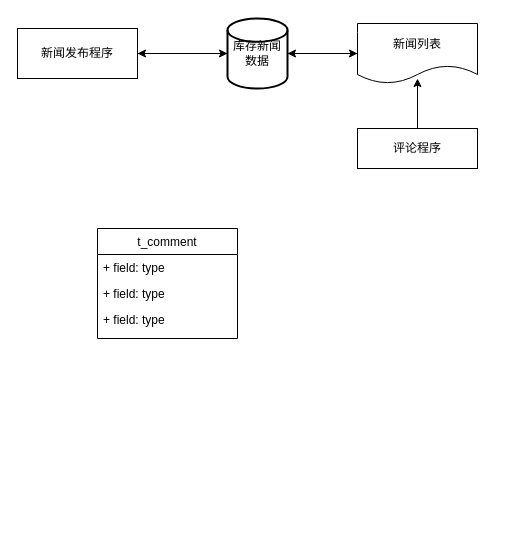
Earlier version of the draw.io diagram Untitled Diagram.drawio (Steven954/Steven954.github.io). Source tidied: cells renumbered, new cells numbered last; positions are measured from the earlier drawing's top-left corner, leaving out a move shared by most shapes. Both pictures are drawn from the tidied source at 100%, with x=0, y=0 at pixel (17, 18).
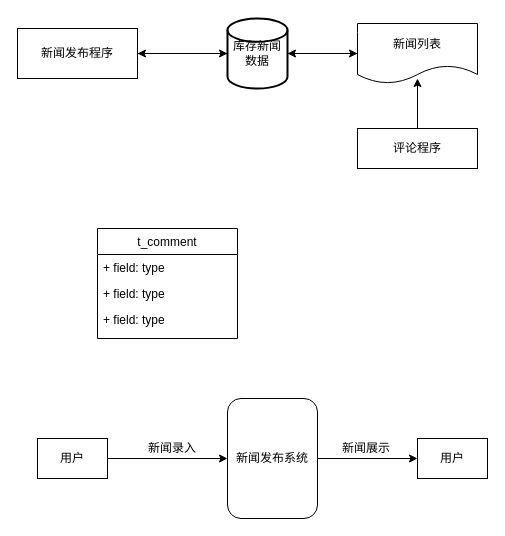
The same page after the edit.

The edit, as a diff of the source:
```diff
@@
+    <mxCell id="15" style="edgeStyle=orthogonalEdgeStyle;rounded=0;jettySize=auto;html=1;entryX=0;entryY=0.5;entryDx=0;entryDy=0;" parent="1" edge="1" source="16" target="18">
+      <mxGeometry relative="1" as="geometry" />
+    </mxCell>
+    <mxCell id="16" value="用户" style="rounded=0;whiteSpace=wrap;html=1;" parent="1" vertex="1">
+      <mxGeometry x="20" y="420" width="70" height="40" as="geometry" />
+    </mxCell>
+    <mxCell id="17" style="edgeStyle=orthogonalEdgeStyle;rounded=0;jettySize=auto;html=1;entryX=0;entryY=0.5;entryDx=0;entryDy=0;" parent="1" edge="1" source="18" target="19">
+      <mxGeometry relative="1" as="geometry" />
+    </mxCell>
+    <mxCell id="18" value="新闻发布系统" style="rounded=1;whiteSpace=wrap;html=1;" parent="1" vertex="1">
+      <mxGeometry x="210" y="380" width="90" height="120" as="geometry" />
+    </mxCell>
+    <mxCell id="19" value="用户" style="rounded=0;whiteSpace=wrap;html=1;" parent="1" vertex="1">
+      <mxGeometry x="400" y="420" width="70" height="40" as="geometry" />
+    </mxCell>
+    <mxCell id="20" value="新闻录入" style="text;html=1;strokeColor=none;fillColor=none;align=center;verticalAlign=middle;whiteSpace=wrap;rounded=0;" parent="1" vertex="1">
+      <mxGeometry x="130" y="420" width="50" height="20" as="geometry" />
+    </mxCell>
+    <mxCell id="21" value="新闻展示" style="text;html=1;strokeColor=none;fillColor=none;align=center;verticalAlign=middle;whiteSpace=wrap;rounded=0;" parent="1" vertex="1">
+      <mxGeometry x="324" y="420" width="50" height="20" as="geometry" />
+    </mxCell>
```
